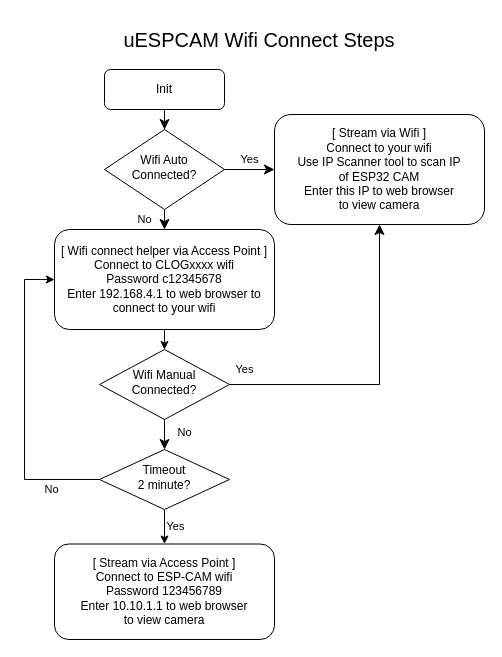
bluelul/ESP32-CAM-StaticIP-AP-FlashLED keeps this draw.io diagram as readmeAsset/uespcam.drawio. Above is the earlier version. Source tidied: cells renumbered, new cells numbered last; positions are measured from the earlier drawing's top-left corner, leaving out a move shared by most shapes. Both pictures are drawn from the tidied source at 100%, with x=0, y=0 at pixel (24, 29).
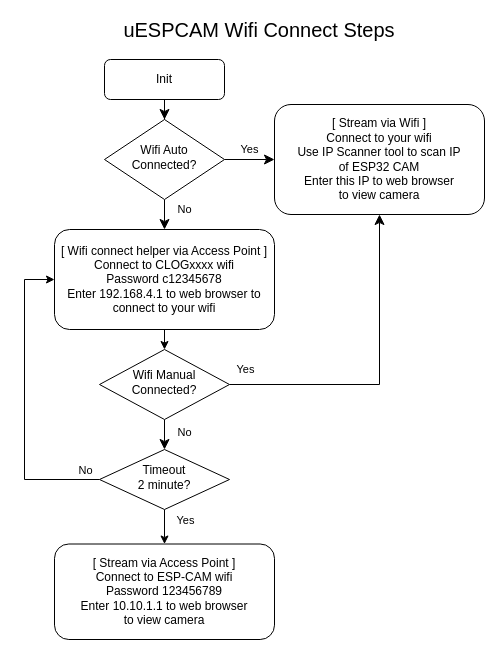
The same diagram, later.

Commit message (it also covers changes not shown here):
update wifi connect flow readme

The change refers to these unchanged cells:
```xml
<mxCell id="13" value="[ Wifi connect helper via Access Point ]&lt;br&gt;Connect to CLOGxxxx wifi&lt;br&gt;Password c12345678&lt;br&gt;Enter 192.168.4.1 to web browser to connect to your wifi&lt;br&gt;" style="rounded=1;whiteSpace=wrap;html=1;fontSize=12;glass=0;strokeWidth=1;shadow=0;" parent="1" vertex="1">
  <mxGeometry x="30" y="200" width="220" height="100" as="geometry" />
</mxCell>
<mxCell id="14" style="edgeStyle=orthogonalEdgeStyle;rounded=0;jettySize=auto;html=1;entryX=0;entryY=0.5;entryDx=0;entryDy=0;" parent="1" edge="1" source="18" target="13">
  <mxGeometry relative="1" as="geometry">
    <Array as="points">
      <mxPoint y="450" />
      <mxPoint y="250" />
    </Array>
  </mxGeometry>
</mxCell>
<mxCell id="16" style="edgeStyle=orthogonalEdgeStyle;rounded=0;jettySize=auto;html=1;" parent="1" edge="1" source="18" target="11">
  <mxGeometry relative="1" as="geometry" />
</mxCell>
```

What changed in the source:
```diff
@@
     <mxCell id="3" value="Init" style="rounded=1;whiteSpace=wrap;html=1;fontSize=12;glass=0;strokeWidth=1;shadow=0;" parent="1" vertex="1">
-      <mxGeometry x="80" y="40" width="120" height="40" as="geometry" />
+      <mxGeometry x="80" y="30" width="120" height="40" as="geometry" />
     </mxCell>
     <mxCell id="4" value="No" style="rounded=0;html=1;jettySize=auto;fontSize=11;endArrow=classic;endFill=1;endSize=8;strokeWidth=1;shadow=0;labelBackgroundColor=none;edgeStyle=orthogonalEdgeStyle;entryX=0.5;entryY=0;entryDx=0;entryDy=0;" parent="1" edge="1" source="6" target="13">
-      <mxGeometry y="20" relative="1" as="geometry" />
+      <mxGeometry x="0.2" y="20" relative="1" as="geometry" />
     </mxCell>
@@
     <mxCell id="6" value="Wifi Auto&lt;br&gt;Connected?" style="rhombus;whiteSpace=wrap;html=1;shadow=0;fontFamily=Helvetica;fontSize=12;align=center;strokeWidth=1;spacing=6;spacingTop=-4;" parent="1" vertex="1">
-      <mxGeometry x="80" y="100" width="120" height="80" as="geometry" />
+      <mxGeometry x="80" y="90" width="120" height="80" as="geometry" />
     </mxCell>
     <mxCell id="7" value="[ Stream via Wifi ]&lt;br&gt;Connect to your wifi&lt;br&gt;Use IP Scanner tool to scan IP&lt;br&gt;of ESP32 CAM&lt;br&gt;Enter this IP to web browser&lt;br&gt;to view camera" style="rounded=1;whiteSpace=wrap;html=1;fontSize=12;glass=0;strokeWidth=1;shadow=0;" parent="1" vertex="1">
-      <mxGeometry x="250" y="85" width="210" height="110" as="geometry" />
+      <mxGeometry x="250" y="75" width="210" height="110" as="geometry" />
     </mxCell>
@@
-    <mxCell id="15" value="No" style="edgeLabel;html=1;align=center;verticalAlign=middle;" parent="14" vertex="1">
+    <mxCell id="15" value="No" style="edgeLabel;html=1;align=center;verticalAlign=middle;labelBackgroundColor=none;" parent="14" vertex="1">
       <mxGeometry x="-0.54" y="1" relative="1" as="geometry">
-        <mxPoint x="21" y="8" as="offset" />
+        <mxPoint x="55" y="-11" as="offset" />
       </mxGeometry>
     </mxCell>
@@
-    <mxCell id="17" value="Yes" style="edgeLabel;html=1;align=center;verticalAlign=middle;" parent="16" vertex="1">
+    <mxCell id="17" value="Yes" style="edgeLabel;html=1;align=center;verticalAlign=middle;labelBackgroundColor=none;" parent="16" vertex="1">
       <mxGeometry x="0.49" y="9" relative="1" as="geometry">
-        <mxPoint x="1" y="-7" as="offset" />
+        <mxPoint x="11" y="-13" as="offset" />
       </mxGeometry>
     </mxCell>
@@
     <mxCell id="19" value="&lt;font style=&quot;font-size: 20px&quot;&gt;uESPCAM Wifi Connect Steps&lt;/font&gt;" style="text;html=1;strokeColor=none;fillColor=none;align=center;verticalAlign=middle;whiteSpace=wrap;rounded=0;" parent="1" vertex="1">
-      <mxGeometry x="90" width="290" height="20" as="geometry" />
+      <mxGeometry x="90" y="-10" width="290" height="20" as="geometry" />
     </mxCell>
```
